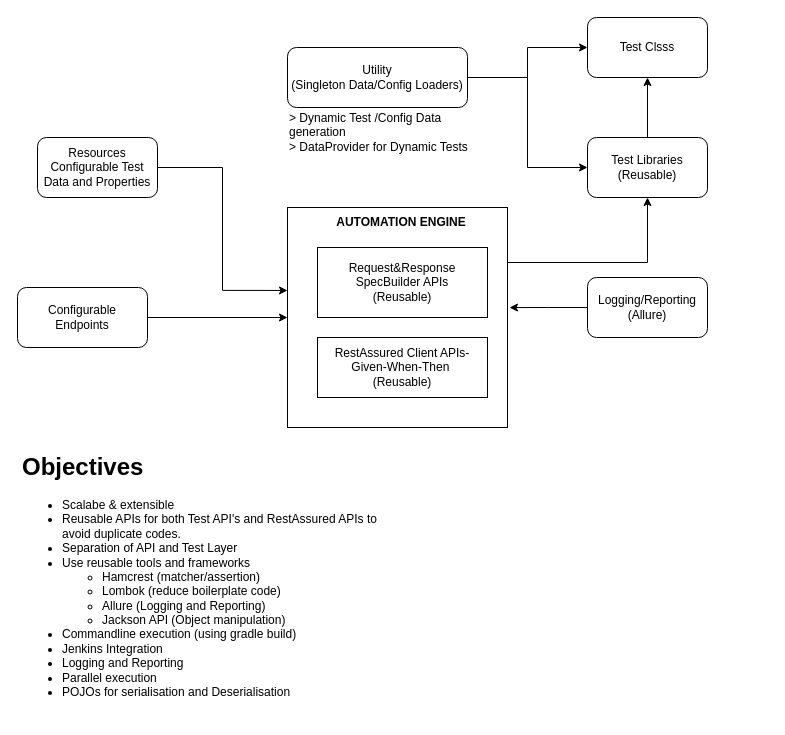
ashokmazumder/adobe keeps this draw.io diagram as framework/Untitled Diagram.drawio. Above is the earlier version. Source tidied: cells renumbered, new cells numbered last; positions are measured from the earlier drawing's top-left corner, leaving out a move shared by most shapes. Both pictures are drawn from the tidied source at 100%, with x=0, y=0 at pixel (17, 17).
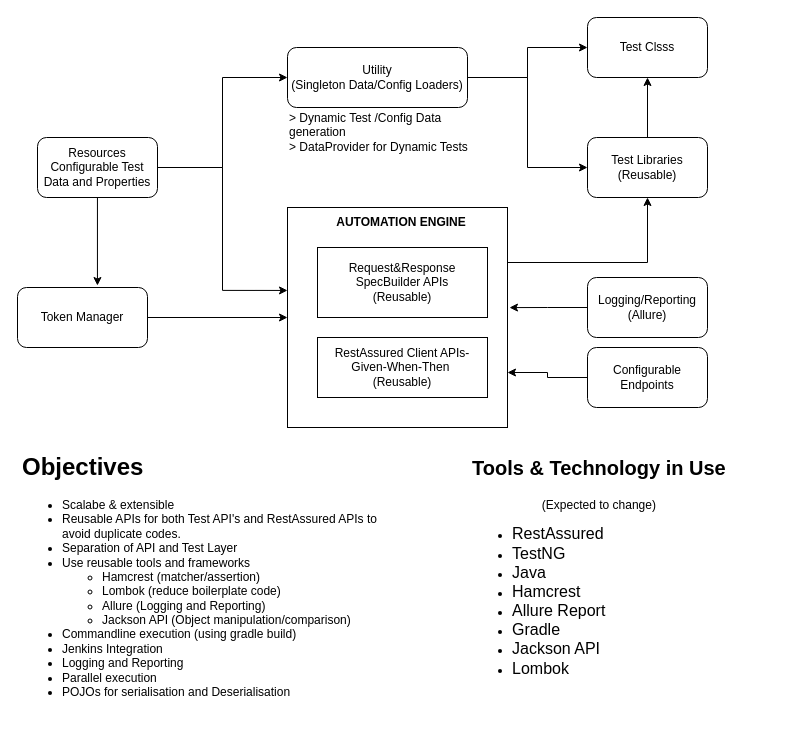
The same page after the edit.

Unchanged cells that the change refers to:
```xml
<mxCell id="3" style="whiteSpace=wrap;html=1;" parent="1" vertex="1">
  <mxGeometry x="270" y="190" width="220" height="220" as="geometry" />
</mxCell>
<mxCell id="13" value="Utility&lt;br&gt;(Singleton Data/Config Loaders)" style="rounded=1;whiteSpace=wrap;html=1;" parent="1" vertex="1">
  <mxGeometry x="270" y="30" width="180" height="60" as="geometry" />
</mxCell>
<mxCell id="19" value="Resources&lt;br&gt;Configurable Test Data and Properties" style="rounded=1;whiteSpace=wrap;html=1;" parent="1" vertex="1">
  <mxGeometry x="20" y="120" width="120" height="60" as="geometry" />
</mxCell>
```

Change to the diagram source:
```diff
@@
-    <mxCell id="7" value="Configurable&lt;br&gt;Endpoints" style="rounded=1;whiteSpace=wrap;html=1;" parent="1" vertex="1">
+    <mxCell id="7" value="Token Manager" style="rounded=1;whiteSpace=wrap;html=1;" parent="1" vertex="1">
       <mxGeometry y="270" width="130" height="60" as="geometry" />
     </mxCell>
@@
+    <mxCell id="21" style="edgeStyle=orthogonalEdgeStyle;rounded=0;jettySize=auto;html=1;entryX=0;entryY=0.5;entryDx=0;entryDy=0;fontSize=12;endArrow=classic;endFill=1;" parent="1" edge="1" source="19" target="13">
+      <mxGeometry relative="1" as="geometry" />
+    </mxCell>
+    <mxCell id="22" style="edgeStyle=orthogonalEdgeStyle;rounded=0;jettySize=auto;html=1;entryX=0.615;entryY=-0.033;entryDx=0;entryDy=0;entryPerimeter=0;fontSize=12;endArrow=classic;endFill=1;" parent="1" edge="1" source="19" target="7">
+      <mxGeometry relative="1" as="geometry" />
+    </mxCell>
@@
-    <mxCell id="20" value="&lt;h1&gt;Objectives&lt;/h1&gt;&lt;p&gt;&lt;/p&gt;&lt;ul&gt;&lt;li&gt;Scalabe &amp;amp; extensible&lt;/li&gt;&lt;li&gt;Reusable APIs for both Test API's and RestAssured APIs to avoid duplicate codes.&lt;/li&gt;&lt;li&gt;Separation of API and Test Layer&lt;/li&gt;&lt;li&gt;Use reusable tools and frameworks&amp;nbsp;&lt;/li&gt;&lt;ul&gt;&lt;li&gt;Hamcrest (matcher/assertion)&lt;/li&gt;&lt;li&gt;Lombok (reduce boilerplate code)&lt;/li&gt;&lt;li&gt;Allure (Logging and Reporting)&lt;/li&gt;&lt;li&gt;Jackson API (Object manipulation)&lt;/li&gt;&lt;/ul&gt;&lt;li&gt;Commandline execution (using gradle build)&lt;/li&gt;&lt;li&gt;Jenkins Integration&lt;/li&gt;&lt;li&gt;Logging and Reporting&lt;/li&gt;&lt;li&gt;Parallel execution&lt;/li&gt;&lt;li&gt;POJOs for serialisation and Deserialisation&amp;nbsp;&lt;/li&gt;&lt;/ul&gt;&lt;p&gt;&lt;/p&gt;" style="text;html=1;strokeColor=none;fillColor=none;spacing=5;spacingTop=-20;whiteSpace=wrap;overflow=hidden;rounded=0;" parent="1" vertex="1">
+    <mxCell id="20" value="&lt;h1&gt;Objectives&lt;/h1&gt;&lt;p&gt;&lt;/p&gt;&lt;ul&gt;&lt;li&gt;Scalabe &amp;amp; extensible&lt;/li&gt;&lt;li&gt;Reusable APIs for both Test API's and RestAssured APIs to avoid duplicate codes.&lt;/li&gt;&lt;li&gt;Separation of API and Test Layer&lt;/li&gt;&lt;li&gt;Use reusable tools and frameworks&amp;nbsp;&lt;/li&gt;&lt;ul&gt;&lt;li&gt;Hamcrest (matcher/assertion)&lt;/li&gt;&lt;li&gt;Lombok (reduce boilerplate code)&lt;/li&gt;&lt;li&gt;Allure (Logging and Reporting)&lt;/li&gt;&lt;li&gt;Jackson API (Object manipulation/comparison)&lt;/li&gt;&lt;/ul&gt;&lt;li&gt;Commandline execution (using gradle build)&lt;/li&gt;&lt;li&gt;Jenkins Integration&lt;/li&gt;&lt;li&gt;Logging and Reporting&lt;/li&gt;&lt;li&gt;Parallel execution&lt;/li&gt;&lt;li&gt;POJOs for serialisation and Deserialisation&amp;nbsp;&lt;/li&gt;&lt;/ul&gt;&lt;p&gt;&lt;/p&gt;" style="text;html=1;strokeColor=none;fillColor=none;spacing=5;spacingTop=-20;whiteSpace=wrap;overflow=hidden;rounded=0;" parent="1" vertex="1">
       <mxGeometry y="430" width="380" height="270" as="geometry" />
     </mxCell>
+    <mxCell id="23" value="&lt;h1&gt;&lt;font style=&quot;font-size: 20px;&quot;&gt;Tools &amp;amp; Technology in Use&lt;/font&gt;&lt;/h1&gt;&lt;div style=&quot;text-align: center;&quot;&gt;&lt;font style=&quot;font-size: 12px;&quot;&gt;(Expected to change)&lt;/font&gt;&lt;/div&gt;&lt;div&gt;&lt;ul&gt;&lt;li&gt;&lt;span style=&quot;font-size: medium;&quot;&gt;RestAssured&lt;/span&gt;&lt;/li&gt;&lt;li&gt;&lt;span style=&quot;font-size: medium;&quot;&gt;TestNG&lt;/span&gt;&lt;br&gt;&lt;/li&gt;&lt;li&gt;&lt;span style=&quot;font-size: medium;&quot;&gt;Java&lt;/span&gt;&lt;/li&gt;&lt;li&gt;&lt;span style=&quot;font-size: medium;&quot;&gt;Hamcrest&lt;/span&gt;&lt;/li&gt;&lt;li&gt;&lt;span style=&quot;font-size: medium;&quot;&gt;Allure Report&lt;/span&gt;&lt;/li&gt;&lt;li&gt;&lt;span style=&quot;font-size: medium;&quot;&gt;Gradle&lt;/span&gt;&lt;/li&gt;&lt;li&gt;&lt;span style=&quot;font-size: medium;&quot;&gt;Jackson API&lt;/span&gt;&lt;/li&gt;&lt;li&gt;&lt;span style=&quot;font-size: medium;&quot;&gt;Lombok&lt;/span&gt;&lt;/li&gt;&lt;/ul&gt;&lt;/div&gt;&lt;div&gt;&lt;font size=&quot;3&quot;&gt;&lt;br&gt;&lt;/font&gt;&lt;/div&gt;" style="text;html=1;strokeColor=none;fillColor=none;spacing=5;spacingTop=-20;whiteSpace=wrap;overflow=hidden;rounded=0;" parent="1" vertex="1">
+      <mxGeometry x="450" y="430" width="300" height="240" as="geometry" />
+    </mxCell>
+    <mxCell id="24" style="edgeStyle=orthogonalEdgeStyle;rounded=0;jettySize=auto;html=1;exitX=0;exitY=0.5;exitDx=0;exitDy=0;entryX=1;entryY=0.75;entryDx=0;entryDy=0;fontSize=12;endArrow=classic;endFill=1;" parent="1" edge="1" source="25" target="3">
+      <mxGeometry relative="1" as="geometry" />
+    </mxCell>
+    <mxCell id="25" value="Configurable Endpoints" style="rounded=1;whiteSpace=wrap;html=1;fontSize=12;" parent="1" vertex="1">
+      <mxGeometry x="570" y="330" width="120" height="60" as="geometry" />
+    </mxCell>
```
